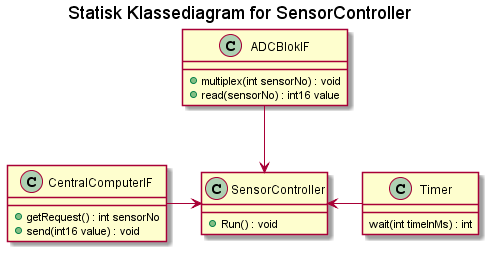
The PlantUML diagram Design/SE/SensorController/Software/SensorControllerKlassediagram/Statisk Klassediagram for SensorController.png in Solvgraa-mager/E4PRJ4, before a commit.
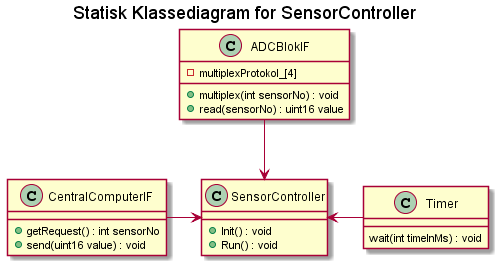
The same file after the commit.

Commit message:
Sekvensdiagrammer tilføjet /Simon

Change to the diagram source:
```diff
@@ -2,18 +2,20 @@
 title Statisk Klassediagram for SensorController
 
 class SensorController{
+    +Init() : void
     +Run() : void
 }
 class ADCBlokIF{
     +multiplex(int sensorNo) : void
-    +read(sensorNo) : int16 value
+    +read(sensorNo) : uint16 value
+    -multiplexProtokol_[4]
 }
 class CentralComputerIF{
     +getRequest() : int sensorNo
-    +send(int16 value) : void
+    +send(uint16 value) : void
 }
 class Timer{
-    wait(int timeInMs) : int
+    wait(int timeInMs) : void
 }
 
 ADCBlokIF --> SensorController
```
